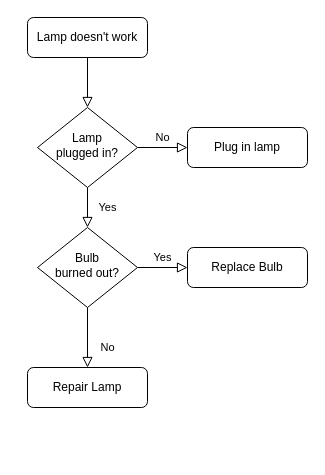
The draw.io diagram Diagrama sem nome.drawio in MSallesR/TPA, before the edit. Source tidied: cells renumbered, new cells numbered last; positions are measured from the earlier drawing's top-left corner, leaving out a move shared by most shapes. Both pictures are drawn from the tidied source at 100%, with x=0, y=0 at pixel (27, 17).
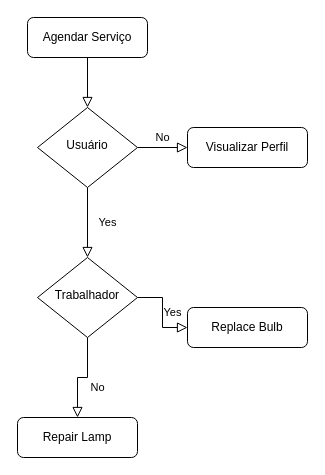
The same page after the edit.

The edit, as a diff of the source:
```diff
@@
 <mxGraphModel>
   <root>
     <mxCell id="0" />
     <mxCell id="1" parent="0" />
     <mxCell id="2" style="rounded=0;html=1;jettySize=auto;fontSize=11;endArrow=block;endFill=0;endSize=8;strokeWidth=1;shadow=0;labelBackgroundColor=none;edgeStyle=orthogonalEdgeStyle;" parent="1" edge="1" source="3" target="6">
       <mxGeometry relative="1" as="geometry" />
     </mxCell>
-    <mxCell id="3" value="Lamp doesn't work" style="rounded=1;whiteSpace=wrap;html=1;fontSize=12;glass=0;strokeWidth=1;shadow=0;" parent="1" vertex="1">
+    <mxCell id="3" value="Agendar Serviço" style="rounded=1;whiteSpace=wrap;html=1;fontSize=12;glass=0;strokeWidth=1;shadow=0;" parent="1" vertex="1">
       <mxGeometry width="120" height="40" as="geometry" />
     </mxCell>
     <mxCell id="4" value="Yes" style="rounded=0;html=1;jettySize=auto;fontSize=11;endArrow=block;endFill=0;endSize=8;strokeWidth=1;shadow=0;labelBackgroundColor=none;edgeStyle=orthogonalEdgeStyle;" parent="1" edge="1" source="6" target="10">
       <mxGeometry y="20" relative="1" as="geometry" />
     </mxCell>
     <mxCell id="5" value="No" style="edgeStyle=orthogonalEdgeStyle;rounded=0;html=1;jettySize=auto;fontSize=11;endArrow=block;endFill=0;endSize=8;strokeWidth=1;shadow=0;labelBackgroundColor=none;" parent="1" edge="1" source="6" target="7">
       <mxGeometry y="10" relative="1" as="geometry" />
     </mxCell>
-    <mxCell id="6" value="Lamp&lt;br&gt;plugged in?" style="rhombus;whiteSpace=wrap;html=1;shadow=0;fontFamily=Helvetica;fontSize=12;align=center;strokeWidth=1;spacing=6;spacingTop=-4;" parent="1" vertex="1">
+    <mxCell id="6" value="Usuário" style="rhombus;whiteSpace=wrap;html=1;shadow=0;fontFamily=Helvetica;fontSize=12;align=center;strokeWidth=1;spacing=6;spacingTop=-4;" parent="1" vertex="1">
       <mxGeometry x="10" y="90" width="100" height="80" as="geometry" />
     </mxCell>
-    <mxCell id="7" value="Plug in lamp" style="rounded=1;whiteSpace=wrap;html=1;fontSize=12;glass=0;strokeWidth=1;shadow=0;" parent="1" vertex="1">
+    <mxCell id="7" value="Visualizar Perfil" style="rounded=1;whiteSpace=wrap;html=1;fontSize=12;glass=0;strokeWidth=1;shadow=0;" parent="1" vertex="1">
       <mxGeometry x="160" y="110" width="120" height="40" as="geometry" />
     </mxCell>
     <mxCell id="8" value="No" style="rounded=0;html=1;jettySize=auto;fontSize=11;endArrow=block;endFill=0;endSize=8;strokeWidth=1;shadow=0;labelBackgroundColor=none;edgeStyle=orthogonalEdgeStyle;" parent="1" edge="1" source="10" target="11">
       <mxGeometry x="0.33" y="20" relative="1" as="geometry" />
     </mxCell>
     <mxCell id="9" value="Yes" style="edgeStyle=orthogonalEdgeStyle;rounded=0;html=1;jettySize=auto;fontSize=11;endArrow=block;endFill=0;endSize=8;strokeWidth=1;shadow=0;labelBackgroundColor=none;" parent="1" edge="1" source="10" target="12">
       <mxGeometry y="10" relative="1" as="geometry" />
     </mxCell>
-    <mxCell id="10" value="Bulb&lt;br&gt;burned out?" style="rhombus;whiteSpace=wrap;html=1;shadow=0;fontFamily=Helvetica;fontSize=12;align=center;strokeWidth=1;spacing=6;spacingTop=-4;" parent="1" vertex="1">
-      <mxGeometry x="10" y="210" width="100" height="80" as="geometry" />
+    <mxCell id="10" value="Trabalhador" style="rhombus;whiteSpace=wrap;html=1;shadow=0;fontFamily=Helvetica;fontSize=12;align=center;strokeWidth=1;spacing=6;spacingTop=-4;" parent="1" vertex="1">
+      <mxGeometry x="10" y="240" width="100" height="80" as="geometry" />
     </mxCell>
     <mxCell id="11" value="Repair Lamp" style="rounded=1;whiteSpace=wrap;html=1;fontSize=12;glass=0;strokeWidth=1;shadow=0;" parent="1" vertex="1">
-      <mxGeometry y="350" width="120" height="40" as="geometry" />
+      <mxGeometry x="-10" y="400" width="120" height="40" as="geometry" />
     </mxCell>
     <mxCell id="12" value="Replace Bulb" style="rounded=1;whiteSpace=wrap;html=1;fontSize=12;glass=0;strokeWidth=1;shadow=0;" parent="1" vertex="1">
-      <mxGeometry x="160" y="230" width="120" height="40" as="geometry" />
+      <mxGeometry x="160" y="290" width="120" height="40" as="geometry" />
     </mxCell>
   </root>
 </mxGraphModel>
```
